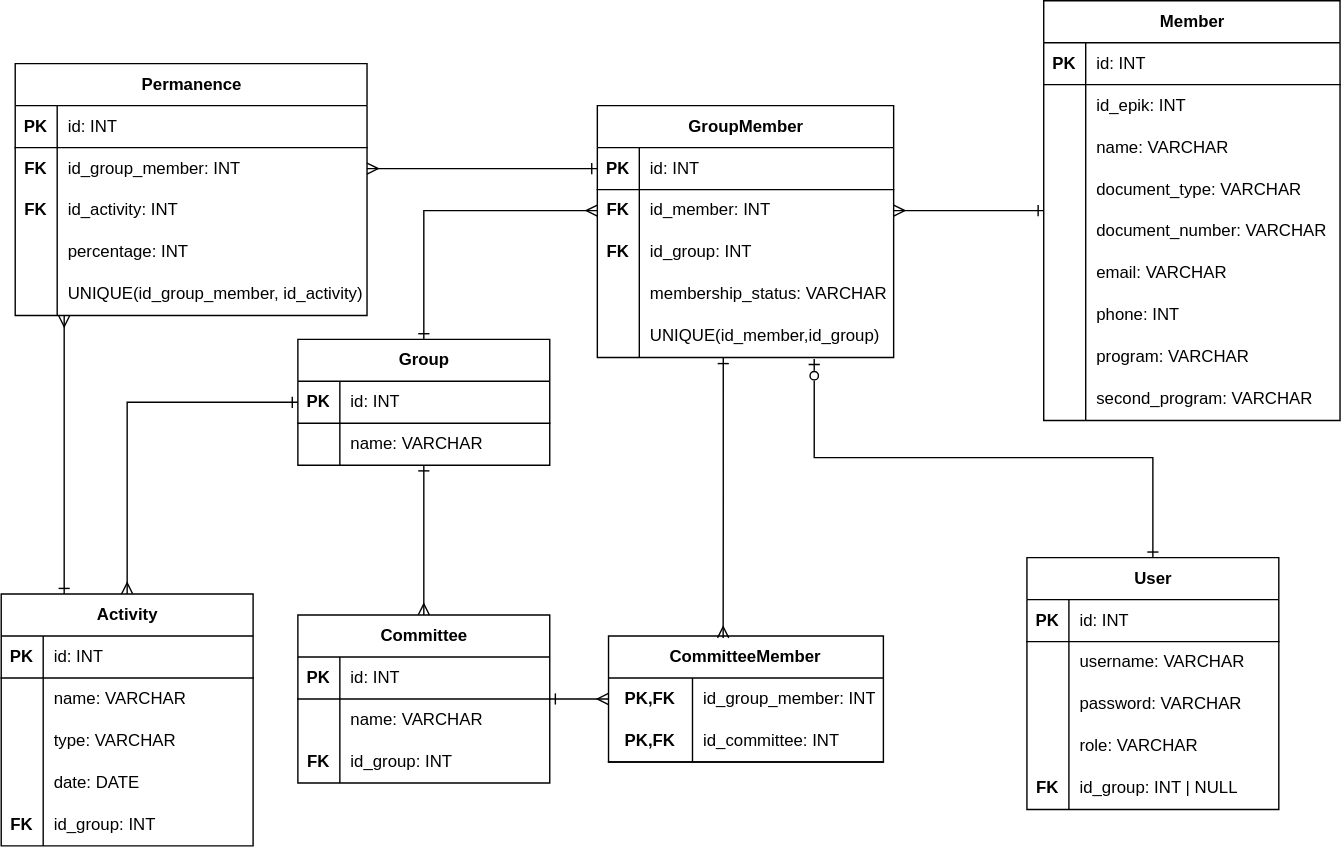
Above: docs/diagrams/entity relation/Entidad relación.svg in Manco312/Enjambre-EAFIT (draw.io), before the change. Source tidied: cells renumbered, new cells last; positions are measured from the earlier drawing's top-left corner, leaving out a move shared by most shapes.
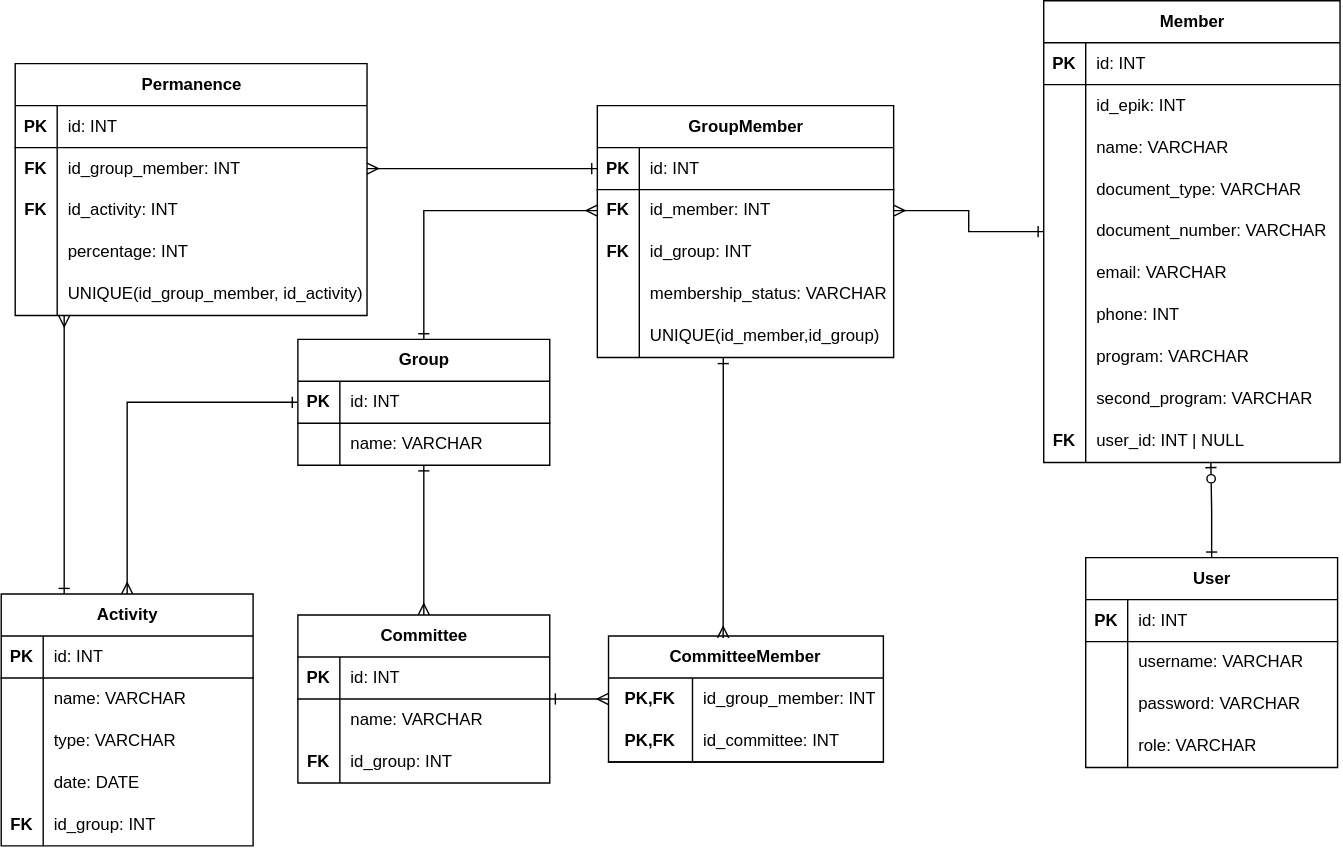
After the commit.

Commit message:
Creación de la entidad de users, ajustes en el service para incorporar esta entidad. Se ajusta diagrama entidad relación

The edit, as a diff of the source:
```diff
@@ -1,9 +1,9 @@
-<mxGraphModel background="light-dark(#ffffff, #121212)">
+<mxGraphModel>
   <root>
     <mxCell id="0" />
     <mxCell id="1" parent="0" />
     <mxCell id="2" value="User" style="shape=table;startSize=30;rowLines=0;fontStyle=1;align=center;html=1;" parent="1" vertex="1">
-      <mxGeometry x="733" y="398" width="180" height="180" as="geometry" />
+      <mxGeometry x="775" y="398" width="180" height="150" as="geometry" />
     </mxCell>
     <mxCell id="3" style="shape=tableRow;horizontal=0;startSize=0;swimlaneHead=0;swimlaneBody=0;fillColor=none;top=0;left=0;right=0;bottom=1;" parent="2" vertex="1">
       <mxGeometry y="30" width="180" height="30" as="geometry" />
@@ -41,15 +41,6 @@
     <mxCell id="14" value="role: VARCHAR" style="shape=partialRectangle;fillColor=none;top=0;left=0;bottom=0;right=0;align=left;spacingLeft=6;overflow=hidden;whiteSpace=wrap;html=1;" parent="12" vertex="1">
       <mxGeometry x="30" width="150" height="30" as="geometry" />
     </mxCell>
-    <mxCell id="15" style="shape=tableRow;horizontal=0;startSize=0;swimlaneHead=0;swimlaneBody=0;fillColor=none;top=0;left=0;right=0;bottom=0;" parent="2" vertex="1">
-      <mxGeometry y="150" width="180" height="30" as="geometry" />
-    </mxCell>
-    <mxCell id="16" value="&lt;b&gt;FK&lt;/b&gt;" style="shape=partialRectangle;fillColor=none;top=0;left=0;bottom=0;right=0;overflow=hidden;whiteSpace=wrap;html=1;" parent="15" vertex="1">
-      <mxGeometry width="30" height="30" as="geometry" />
-    </mxCell>
-    <mxCell id="17" value="id_group: INT | NULL" style="shape=partialRectangle;fillColor=none;top=0;left=0;bottom=0;right=0;align=left;spacingLeft=6;overflow=hidden;whiteSpace=wrap;html=1;" parent="15" vertex="1">
-      <mxGeometry x="30" width="150" height="30" as="geometry" />
-    </mxCell>
     <mxCell id="18" style="edgeStyle=orthogonalEdgeStyle;rounded=0;jettySize=auto;html=1;endArrow=ERmany;endFill=0;startArrow=ERone;startFill=0;" parent="1" edge="1" source="21" target="91">
       <mxGeometry relative="1" as="geometry" />
     </mxCell>
@@ -84,7 +75,7 @@
       <mxGeometry relative="1" as="geometry" />
     </mxCell>
     <mxCell id="29" value="Member" style="shape=table;startSize=30;rowLines=0;fontStyle=1;align=center;html=1;" parent="1" vertex="1">
-      <mxGeometry x="745" width="211.8" height="300" as="geometry" />
+      <mxGeometry x="745" width="211.8" height="330" as="geometry" />
     </mxCell>
     <mxCell id="30" style="shape=tableRow;horizontal=0;startSize=0;swimlaneHead=0;swimlaneBody=0;fillColor=none;top=0;left=0;right=0;bottom=1;" parent="29" vertex="1">
       <mxGeometry y="30" width="211.8" height="30" as="geometry" />
@@ -167,6 +158,15 @@
     <mxCell id="56" value="second_program: VARCHAR" style="shape=partialRectangle;fillColor=none;top=0;left=0;bottom=0;right=0;align=left;spacingLeft=6;overflow=hidden;whiteSpace=wrap;html=1;" parent="54" vertex="1">
       <mxGeometry x="30" width="181.8" height="30" as="geometry" />
     </mxCell>
+    <mxCell id="127" style="shape=tableRow;horizontal=0;startSize=0;swimlaneHead=0;swimlaneBody=0;fillColor=none;points=[[0,0.5],[1,0.5]];portConstraint=eastwest;top=0;left=0;right=0;bottom=0;" parent="29" vertex="1">
+      <mxGeometry y="300" width="211.8" height="30" as="geometry" />
+    </mxCell>
+    <mxCell id="16" value="&lt;b&gt;FK&lt;/b&gt;" style="shape=partialRectangle;fillColor=none;top=0;left=0;bottom=0;right=0;overflow=hidden;whiteSpace=wrap;html=1;" parent="127" vertex="1">
+      <mxGeometry width="30" height="30" as="geometry" />
+    </mxCell>
+    <mxCell id="128" value="user_id: INT | NULL" style="shape=partialRectangle;fillColor=none;top=0;left=0;bottom=0;right=0;align=left;spacingLeft=6;overflow=hidden;whiteSpace=wrap;html=1;" parent="127" vertex="1">
+      <mxGeometry x="30" width="181.8" height="30" as="geometry" />
+    </mxCell>
     <mxCell id="57" value="Activity" style="shape=table;startSize=30;rowLines=0;fontStyle=1;align=center;html=1;" parent="1" vertex="1">
       <mxGeometry y="424" width="180" height="180" as="geometry" />
     </mxCell>
@@ -379,7 +379,7 @@
     <mxCell id="125" style="edgeStyle=orthogonalEdgeStyle;rounded=0;jettySize=auto;html=1;entryX=0;entryY=0.5;entryDx=0;entryDy=0;startArrow=ERmany;startFill=0;endArrow=ERone;endFill=0;exitX=1;exitY=0.5;exitDx=0;exitDy=0;" parent="1" edge="1" source="78" target="109">
       <mxGeometry relative="1" as="geometry" />
     </mxCell>
-    <mxCell id="126" style="edgeStyle=orthogonalEdgeStyle;rounded=0;jettySize=auto;html=1;entryX=0.732;entryY=1.033;entryDx=0;entryDy=0;entryPerimeter=0;endArrow=ERzeroToOne;endFill=0;startArrow=ERone;startFill=0;" parent="1" edge="1" source="2" target="121">
+    <mxCell id="126" style="edgeStyle=orthogonalEdgeStyle;rounded=0;jettySize=auto;html=1;endArrow=ERzeroToOne;endFill=0;startArrow=ERone;startFill=0;entryX=0.564;entryY=0.989;entryDx=0;entryDy=0;entryPerimeter=0;" parent="1" edge="1" source="2" target="127">
       <mxGeometry relative="1" as="geometry" />
     </mxCell>
   </root>
```
